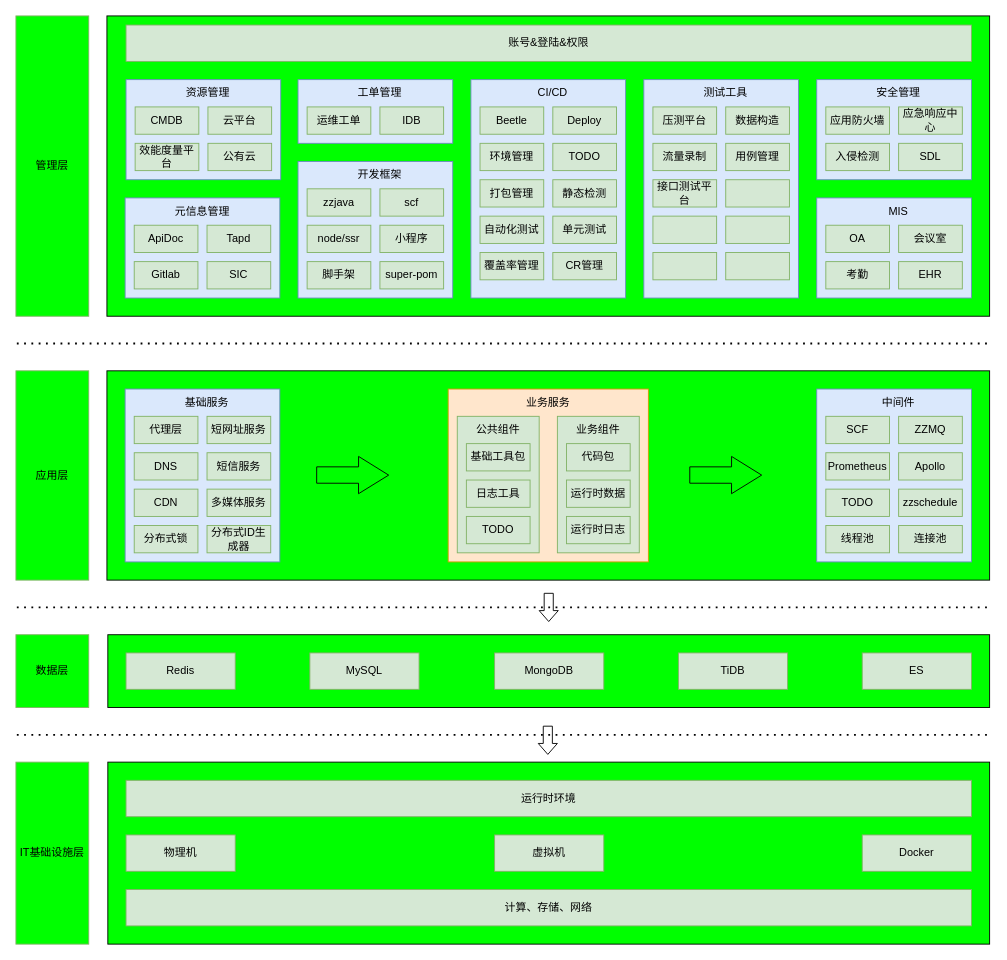
Above: tc/技术基础体系架构.drawio in zhuanzhuan-tech/arch-draw-io (draw.io), before the change. Source tidied: cells renumbered, new cells numbered last; positions are measured from the earlier drawing's top-left corner, leaving out a move shared by most shapes. Both pictures are drawn from the tidied source at 91%, with x=0, y=0 at pixel (15, 15).
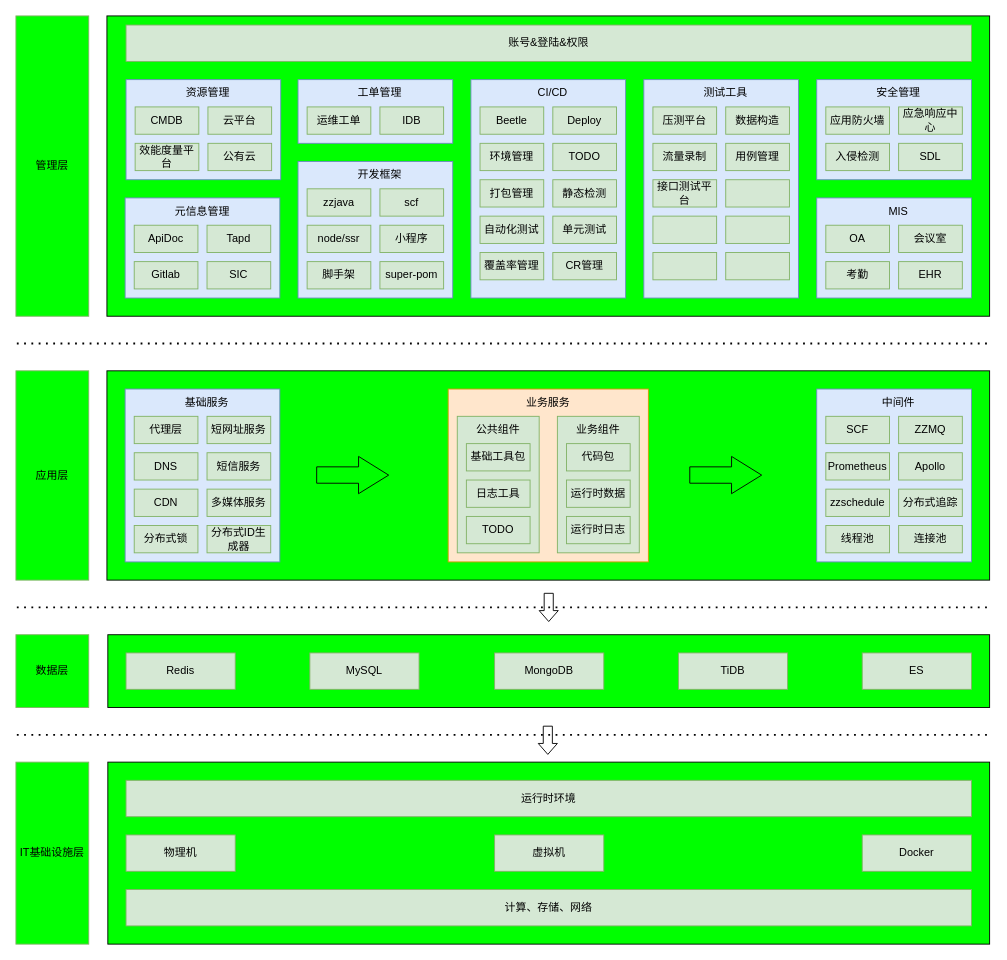
After the change.

Commit message (it also covers changes not shown here):
更新技术基础体系架构.drawio

The change refers to these unchanged cells:
```xml
<mxCell id="110" style="group;" parent="1" vertex="1">
  <mxGeometry x="880" y="410" width="170" height="190" as="geometry" />
</mxCell>
```

Diff of the diagram source:
```diff
@@
-    <mxCell id="112" value="TODO" style="rounded=0;whiteSpace=wrap;html=1;fillColor=#d5e8d4;strokeColor=#82b366;" parent="110" vertex="1">
+    <mxCell id="112" value="zzschedule" style="rounded=0;whiteSpace=wrap;html=1;fillColor=#d5e8d4;strokeColor=#82b366;" parent="110" vertex="1">
       <mxGeometry x="10" y="110" width="70" height="30" as="geometry" />
     </mxCell>
@@
-    <mxCell id="117" value="zzschedule" style="rounded=0;whiteSpace=wrap;html=1;fillColor=#d5e8d4;strokeColor=#82b366;" parent="110" vertex="1">
+    <mxCell id="117" value="分布式追踪" style="rounded=0;whiteSpace=wrap;html=1;fillColor=#d5e8d4;strokeColor=#82b366;" parent="110" vertex="1">
       <mxGeometry x="90" y="110" width="70" height="30" as="geometry" />
     </mxCell>
```
